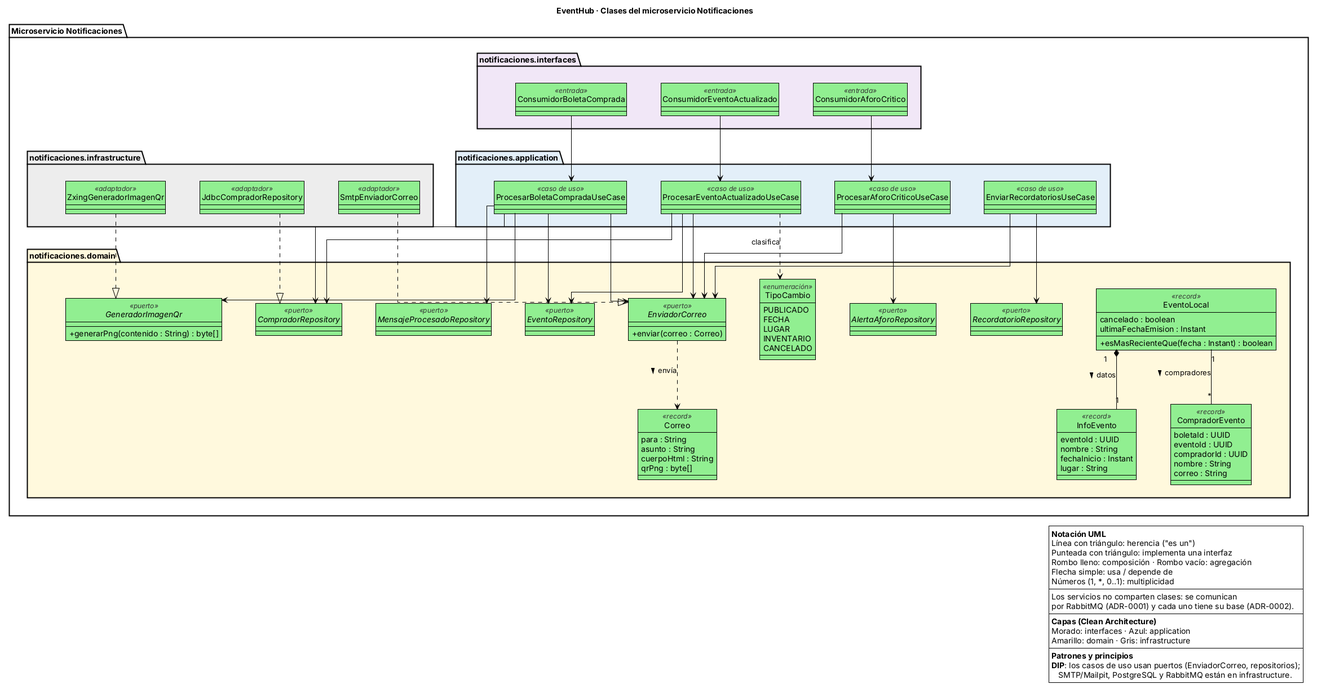
Earlier version of the PlantUML export docs/diagramas/clases-notificaciones.png (vargasesc17/EventHub).
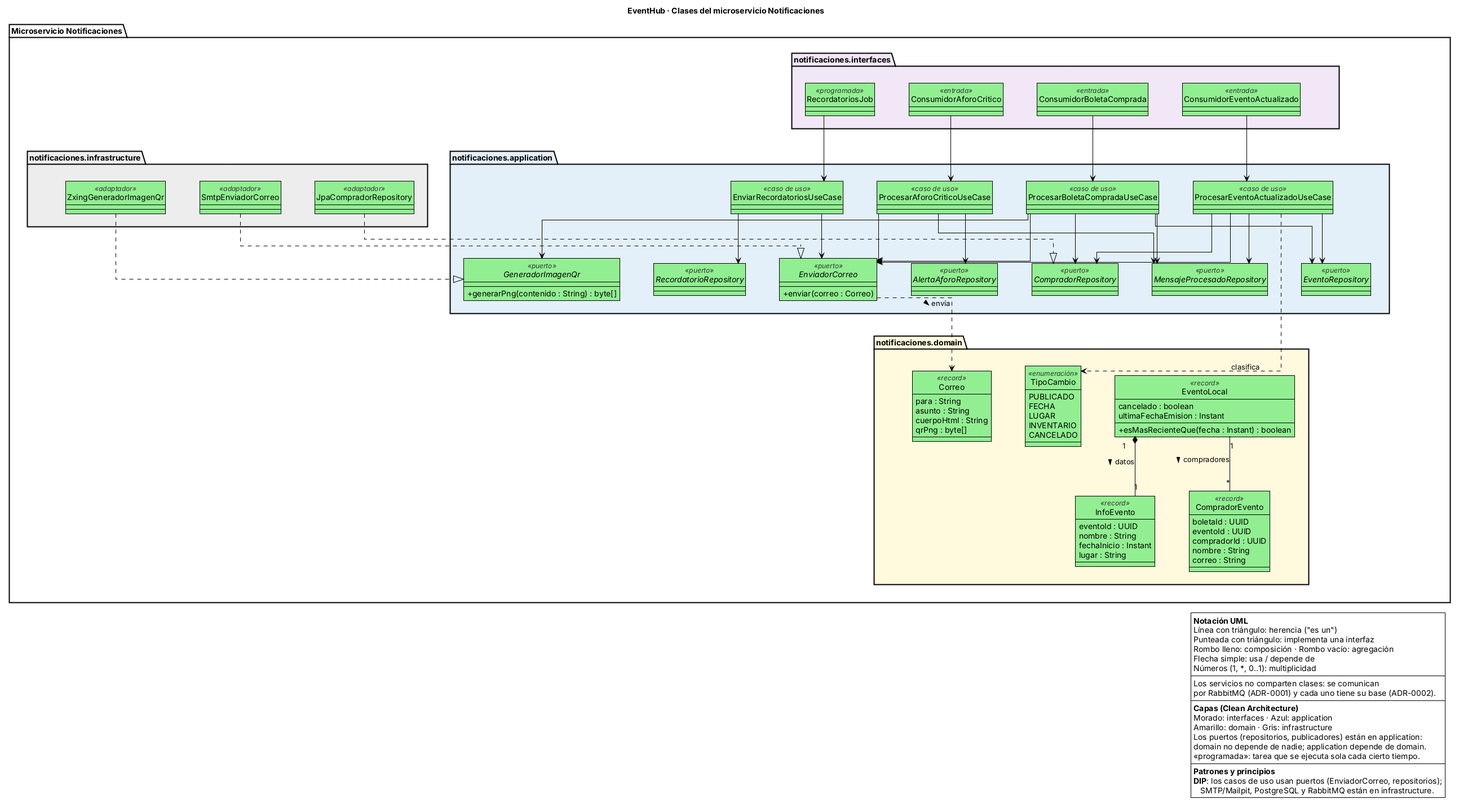
The same file after the commit.

Commit message:
docs(diagramas): aplicar revisión: puertos en application, Compra en domain y estrategia de precio por categoría

The edit, as a diff of the source:
```diff
@@ -72,6 +72,8 @@
       INVENTARIO
       CANCELADO
     }
+  }
+  package "notificaciones.application" as no_app <<application>> {
     interface MensajeProcesadoRepository <<puerto>>
     interface "EventoRepository" as EventoRepoNotif <<puerto>>
     interface CompradorRepository <<puerto>>
@@ -83,8 +85,6 @@
     interface GeneradorImagenQr <<puerto>> {
       + generarPng(contenido : String) : byte[]
     }
-  }
-  package "notificaciones.application" as no_app <<application>> {
     class ProcesarBoletaCompradaUseCase <<caso de uso>>
     class ProcesarEventoActualizadoUseCase <<caso de uso>>
     class ProcesarAforoCriticoUseCase <<caso de uso>>
@@ -94,11 +94,12 @@
     class ConsumidorBoletaComprada <<entrada>>
     class ConsumidorEventoActualizado <<entrada>>
     class ConsumidorAforoCritico <<entrada>>
+    class RecordatoriosJob <<programada>>
   }
   package "notificaciones.infrastructure" as no_inf <<infrastructure>> {
     class SmtpEnviadorCorreo <<adaptador>>
     class ZxingGeneradorImagenQr <<adaptador>>
-    class JdbcCompradorRepository <<adaptador>>
+    class JpaCompradorRepository <<adaptador>>
   }
 }
 
@@ -107,6 +108,8 @@
 EnviadorCorreo ..> Correo : envía >
 ProcesarBoletaCompradaUseCase --> MensajeProcesadoRepository
 ProcesarBoletaCompradaUseCase --> CompradorRepository
+ProcesarEventoActualizadoUseCase --> MensajeProcesadoRepository
+ProcesarAforoCriticoUseCase --> MensajeProcesadoRepository
 ProcesarBoletaCompradaUseCase --> EventoRepoNotif
 ProcesarBoletaCompradaUseCase --> GeneradorImagenQr
 ProcesarBoletaCompradaUseCase --> EnviadorCorreo
@@ -123,7 +126,8 @@
 ConsumidorAforoCritico --> ProcesarAforoCriticoUseCase
 SmtpEnviadorCorreo ..|> EnviadorCorreo
 ZxingGeneradorImagenQr ..|> GeneradorImagenQr
-JdbcCompradorRepository ..|> CompradorRepository
+JpaCompradorRepository ..|> CompradorRepository
+RecordatoriosJob --> EnviarRecordatoriosUseCase
 
 
 no_int -[hidden]down- no_app
@@ -144,6 +148,9 @@
   **Capas (Clean Architecture)**
   Morado: interfaces · Azul: application
   Amarillo: domain · Gris: infrastructure
+  Los puertos (repositorios, publicadores) están en application:
+  domain no depende de nadie; application depende de domain.
+  «programada»: tarea que se ejecuta sola cada cierto tiempo.
   ----
   **Patrones y principios**
   **DIP**: los casos de uso usan puertos (EnviadorCorreo, repositorios);
```
